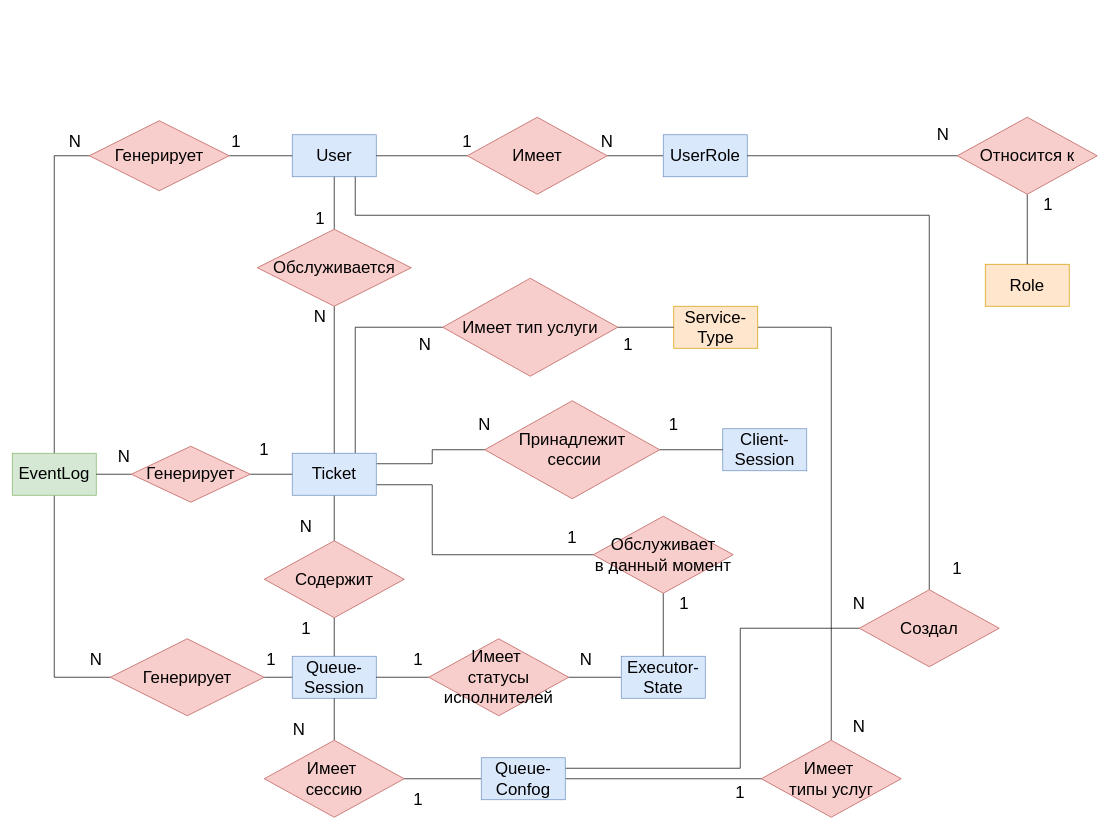
Earlier version of the draw.io diagram design-sourses/data/conceptual-data-model.drawio (DaL1ner/virtual_queue_management_system). Source tidied: cells renumbered, new cells numbered last; positions are measured from the earlier drawing's top-left corner, leaving out a move shared by most shapes. Both pictures are drawn from the tidied source at 70%, with x=0, y=0 at pixel (12, 117).
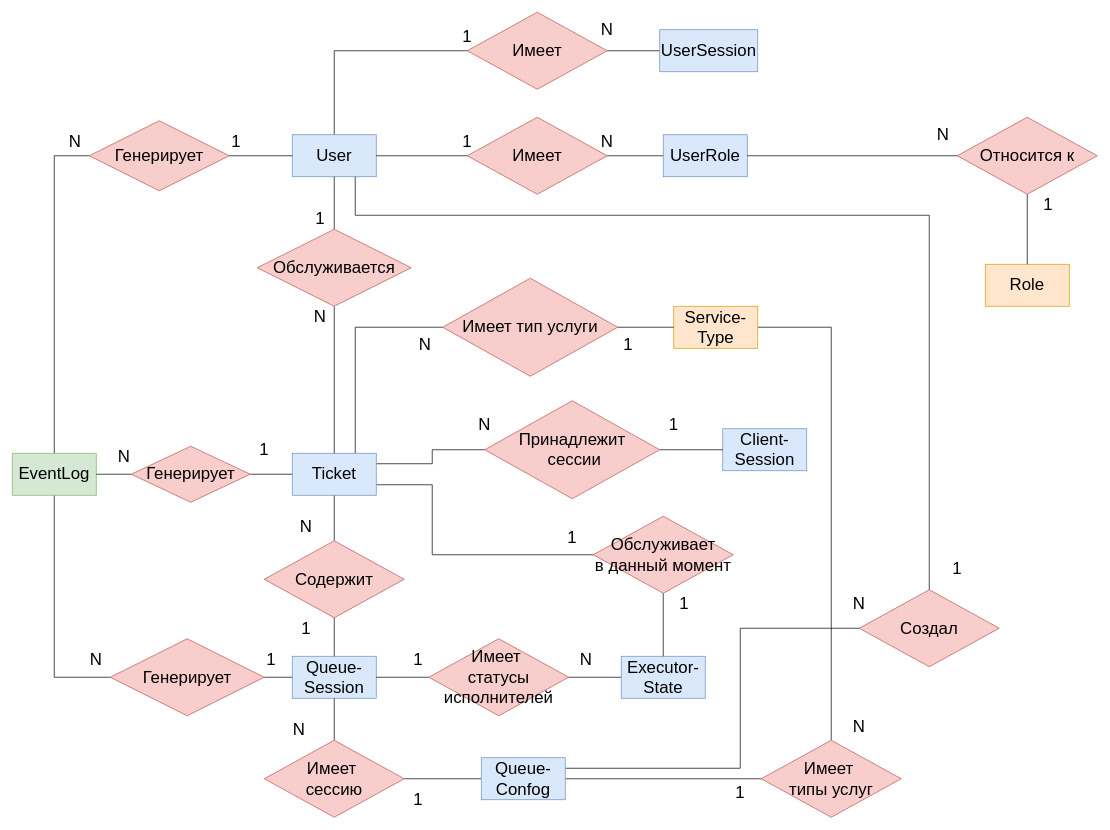
After the change.

Unchanged cells that the change refers to:
```xml
<mxCell id="13" value="&lt;font style=&quot;font-size: 24px;&quot;&gt;User&lt;/font&gt;" style="rounded=0;whiteSpace=wrap;html=1;fillColor=#dae8fc;strokeColor=#6c8ebf;" parent="1" vertex="1">
  <mxGeometry x="400" y="25" width="120" height="60" as="geometry" />
</mxCell>
```

Change to the diagram source:
```diff
@@
+    <mxCell id="82" style="edgeStyle=orthogonalEdgeStyle;rounded=0;jettySize=auto;html=1;exitX=0.5;exitY=0;exitDx=0;exitDy=0;entryX=0;entryY=0.5;entryDx=0;entryDy=0;endArrow=none;endFill=0;" parent="1" edge="1" source="13" target="84">
+      <mxGeometry relative="1" as="geometry" />
+    </mxCell>
@@
+    <mxCell id="83" style="edgeStyle=orthogonalEdgeStyle;rounded=0;jettySize=auto;html=1;exitX=1;exitY=0.5;exitDx=0;exitDy=0;entryX=0;entryY=0.5;entryDx=0;entryDy=0;endArrow=none;endFill=0;" parent="1" edge="1" source="84" target="87">
+      <mxGeometry relative="1" as="geometry" />
+    </mxCell>
+    <mxCell id="84" value="&lt;font style=&quot;font-size: 24px;&quot;&gt;Имеет&lt;/font&gt;" style="rhombus;whiteSpace=wrap;html=1;fontFamily=Helvetica;fontSize=11;labelBackgroundColor=none;fillColor=#f8cecc;strokeColor=#b85450;" parent="1" vertex="1">
+      <mxGeometry x="650" y="-150" width="200" height="110" as="geometry" />
+    </mxCell>
+    <mxCell id="85" value="&lt;font style=&quot;font-size: 24px;&quot;&gt;1&lt;/font&gt;" style="text;html=1;whiteSpace=wrap;strokeColor=none;fillColor=none;align=center;verticalAlign=middle;rounded=0;fontFamily=Helvetica;fontSize=11;fontColor=default;labelBackgroundColor=default;" parent="1" vertex="1">
+      <mxGeometry x="620" y="-130" width="60" height="30" as="geometry" />
+    </mxCell>
+    <mxCell id="86" value="&lt;font style=&quot;font-size: 24px;&quot;&gt;N&lt;/font&gt;" style="text;html=1;whiteSpace=wrap;strokeColor=none;fillColor=none;align=center;verticalAlign=middle;rounded=0;fontFamily=Helvetica;fontSize=11;fontColor=default;labelBackgroundColor=default;" parent="1" vertex="1">
+      <mxGeometry x="820" y="-140" width="60" height="30" as="geometry" />
+    </mxCell>
+    <mxCell id="87" value="&lt;font style=&quot;font-size: 24px;&quot;&gt;UserSession&lt;/font&gt;" style="rounded=0;whiteSpace=wrap;html=1;fillColor=#dae8fc;strokeColor=#6c8ebf;" parent="1" vertex="1">
+      <mxGeometry x="925" y="-125" width="140" height="60" as="geometry" />
+    </mxCell>
```
